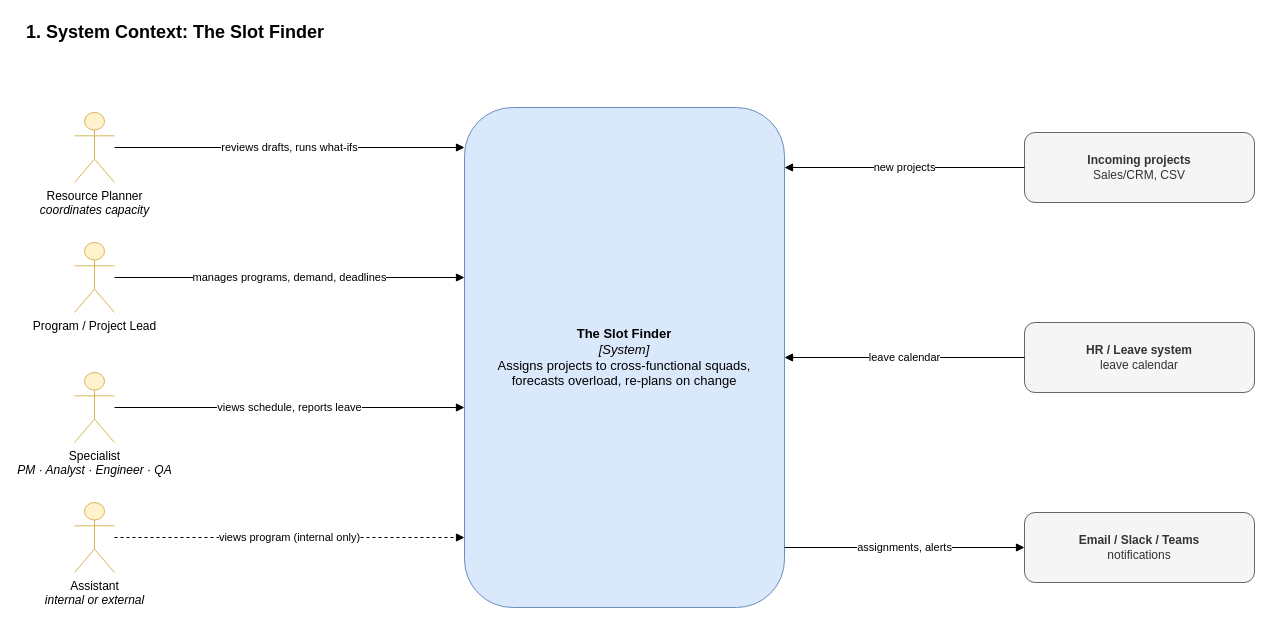
Earlier version of the draw.io diagram page "1. Context" (1 of 7) of docs/architecture.drawio (dophnamm/the-slot-finder). Source tidied: cells renumbered, new cells numbered last; positions are measured from the earlier drawing's top-left corner, leaving out a move shared by most shapes. Both pictures are drawn from the tidied source at 100%, with x=0, y=0 at pixel (24, 17).
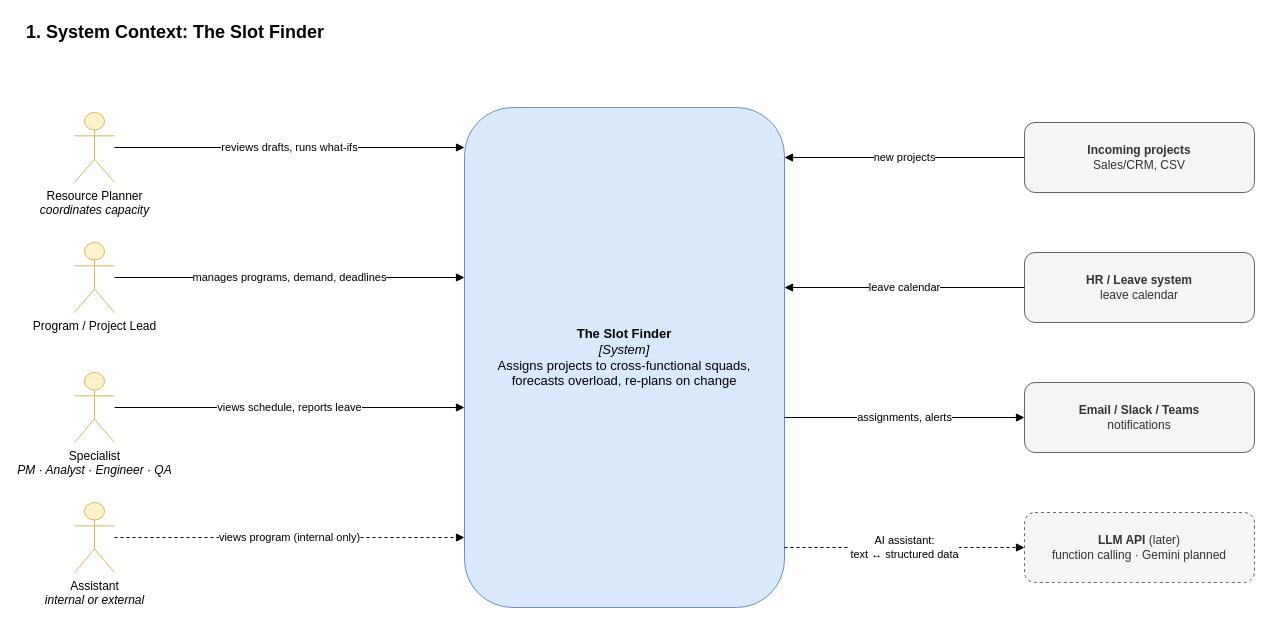
The same page after the edit.

Commit message (it also covers changes not shown here):
docs: design v0.4 with multi-expertise assignments, tags, capacity and re-plan merge (#1)

Change to the diagram source:
```diff
@@
 <mxGraphModel>
   <root>
     <mxCell id="0" />
     <mxCell id="1" parent="0" />
     <mxCell id="2" value="1. System Context: The Slot Finder" style="text;html=1;fontSize=18;fontStyle=1;align=left;verticalAlign=middle;" parent="1" vertex="1">
       <mxGeometry width="900" height="30" as="geometry" />
     </mxCell>
     <mxCell id="3" value="&lt;b&gt;The Slot Finder&lt;/b&gt;&lt;br&gt;&lt;i&gt;[System]&lt;/i&gt;&lt;br&gt;Assigns projects to cross-functional squads,&lt;br&gt;forecasts overload, re-plans on change" style="rounded=1;whiteSpace=wrap;html=1;fillColor=#dae8fc;strokeColor=#6c8ebf;fontSize=13;" parent="1" vertex="1">
       <mxGeometry x="440" y="90" width="320" height="500" as="geometry" />
     </mxCell>
     <mxCell id="4" value="Resource Planner&lt;br&gt;&lt;i&gt;coordinates capacity&lt;/i&gt;" style="shape=umlActor;verticalLabelPosition=bottom;verticalAlign=top;html=1;outlineConnect=0;fillColor=#fff2cc;strokeColor=#d6b656;" parent="1" vertex="1">
       <mxGeometry x="50" y="95" width="40" height="70" as="geometry" />
     </mxCell>
     <mxCell id="5" value="reviews drafts, runs what-ifs" style="edgeStyle=orthogonalEdgeStyle;rounded=1;html=1;endArrow=block;endFill=1;fontSize=11;labelBackgroundColor=#ffffff;exitX=1;exitY=0.5;exitDx=0;exitDy=0;entryX=0;entryY=0.08;entryDx=0;entryDy=0;" parent="1" edge="1" source="4" target="3">
       <mxGeometry relative="1" as="geometry" />
     </mxCell>
     <mxCell id="6" value="Program / Project Lead" style="shape=umlActor;verticalLabelPosition=bottom;verticalAlign=top;html=1;outlineConnect=0;fillColor=#fff2cc;strokeColor=#d6b656;" parent="1" vertex="1">
       <mxGeometry x="50" y="225" width="40" height="70" as="geometry" />
     </mxCell>
     <mxCell id="7" value="manages programs, demand, deadlines" style="edgeStyle=orthogonalEdgeStyle;rounded=1;html=1;endArrow=block;endFill=1;fontSize=11;labelBackgroundColor=#ffffff;exitX=1;exitY=0.5;exitDx=0;exitDy=0;entryX=0;entryY=0.34;entryDx=0;entryDy=0;" parent="1" edge="1" source="6" target="3">
       <mxGeometry relative="1" as="geometry" />
     </mxCell>
     <mxCell id="8" value="Specialist&lt;br&gt;&lt;i&gt;PM · Analyst · Engineer · QA&lt;/i&gt;" style="shape=umlActor;verticalLabelPosition=bottom;verticalAlign=top;html=1;outlineConnect=0;fillColor=#fff2cc;strokeColor=#d6b656;" parent="1" vertex="1">
       <mxGeometry x="50" y="355" width="40" height="70" as="geometry" />
     </mxCell>
     <mxCell id="9" value="views schedule, reports leave" style="edgeStyle=orthogonalEdgeStyle;rounded=1;html=1;endArrow=block;endFill=1;fontSize=11;labelBackgroundColor=#ffffff;exitX=1;exitY=0.5;exitDx=0;exitDy=0;entryX=0;entryY=0.6;entryDx=0;entryDy=0;" parent="1" edge="1" source="8" target="3">
       <mxGeometry relative="1" as="geometry" />
     </mxCell>
     <mxCell id="10" value="Assistant&lt;br&gt;&lt;i&gt;internal or external&lt;/i&gt;" style="shape=umlActor;verticalLabelPosition=bottom;verticalAlign=top;html=1;outlineConnect=0;fillColor=#fff2cc;strokeColor=#d6b656;" parent="1" vertex="1">
       <mxGeometry x="50" y="485" width="40" height="70" as="geometry" />
     </mxCell>
     <mxCell id="11" value="views program (internal only)" style="edgeStyle=orthogonalEdgeStyle;rounded=1;html=1;endArrow=block;endFill=1;dashed=1;fontSize=11;labelBackgroundColor=#ffffff;exitX=1;exitY=0.5;exitDx=0;exitDy=0;entryX=0;entryY=0.86;entryDx=0;entryDy=0;" parent="1" edge="1" source="10" target="3">
       <mxGeometry relative="1" as="geometry" />
     </mxCell>
     <mxCell id="12" value="&lt;b&gt;Incoming projects&lt;/b&gt;&lt;br&gt;Sales/CRM, CSV" style="rounded=1;whiteSpace=wrap;html=1;fillColor=#f5f5f5;strokeColor=#666666;fontColor=#333333;" parent="1" vertex="1">
-      <mxGeometry x="1000" y="115" width="230" height="70" as="geometry" />
+      <mxGeometry x="1000" y="105" width="230" height="70" as="geometry" />
     </mxCell>
-    <mxCell id="13" value="new projects" style="edgeStyle=orthogonalEdgeStyle;rounded=1;html=1;endArrow=block;endFill=1;fontSize=11;labelBackgroundColor=#ffffff;exitX=0;exitY=0.5;exitDx=0;exitDy=0;entryX=1;entryY=0.12;entryDx=0;entryDy=0;" parent="1" edge="1" source="12" target="3">
+    <mxCell id="13" value="new projects" style="edgeStyle=orthogonalEdgeStyle;rounded=1;html=1;endArrow=block;endFill=1;fontSize=11;labelBackgroundColor=#ffffff;exitX=0;exitY=0.5;exitDx=0;exitDy=0;entryX=1;entryY=0.1;entryDx=0;entryDy=0;" parent="1" edge="1" source="12" target="3">
       <mxGeometry relative="1" as="geometry" />
     </mxCell>
     <mxCell id="14" value="&lt;b&gt;HR / Leave system&lt;/b&gt;&lt;br&gt;leave calendar" style="rounded=1;whiteSpace=wrap;html=1;fillColor=#f5f5f5;strokeColor=#666666;fontColor=#333333;" parent="1" vertex="1">
-      <mxGeometry x="1000" y="305" width="230" height="70" as="geometry" />
+      <mxGeometry x="1000" y="235" width="230" height="70" as="geometry" />
     </mxCell>
-    <mxCell id="15" value="leave calendar" style="edgeStyle=orthogonalEdgeStyle;rounded=1;html=1;endArrow=block;endFill=1;fontSize=11;labelBackgroundColor=#ffffff;exitX=0;exitY=0.5;exitDx=0;exitDy=0;entryX=1;entryY=0.5;entryDx=0;entryDy=0;" parent="1" edge="1" source="14" target="3">
+    <mxCell id="15" value="leave calendar" style="edgeStyle=orthogonalEdgeStyle;rounded=1;html=1;endArrow=block;endFill=1;fontSize=11;labelBackgroundColor=#ffffff;exitX=0;exitY=0.5;exitDx=0;exitDy=0;entryX=1;entryY=0.36;entryDx=0;entryDy=0;" parent="1" edge="1" source="14" target="3">
       <mxGeometry relative="1" as="geometry" />
     </mxCell>
     <mxCell id="16" value="&lt;b&gt;Email / Slack / Teams&lt;/b&gt;&lt;br&gt;notifications" style="rounded=1;whiteSpace=wrap;html=1;fillColor=#f5f5f5;strokeColor=#666666;fontColor=#333333;" parent="1" vertex="1">
-      <mxGeometry x="1000" y="495" width="230" height="70" as="geometry" />
+      <mxGeometry x="1000" y="365" width="230" height="70" as="geometry" />
     </mxCell>
-    <mxCell id="17" value="assignments, alerts" style="edgeStyle=orthogonalEdgeStyle;rounded=1;html=1;endArrow=block;endFill=1;fontSize=11;labelBackgroundColor=#ffffff;exitX=1;exitY=0.88;exitDx=0;exitDy=0;entryX=0;entryY=0.5;entryDx=0;entryDy=0;" parent="1" edge="1" source="3" target="16">
+    <mxCell id="17" value="assignments, alerts" style="edgeStyle=orthogonalEdgeStyle;rounded=1;html=1;endArrow=block;endFill=1;fontSize=11;labelBackgroundColor=#ffffff;exitX=1;exitY=0.62;exitDx=0;exitDy=0;entryX=0;entryY=0.5;entryDx=0;entryDy=0;" parent="1" edge="1" source="3" target="16">
       <mxGeometry relative="1" as="geometry" />
     </mxCell>
+    <mxCell id="18" value="&lt;b&gt;LLM API&lt;/b&gt; (later)&lt;br&gt;function calling · Gemini planned" style="rounded=1;whiteSpace=wrap;html=1;fillColor=#f5f5f5;strokeColor=#666666;fontColor=#333333;dashed=1;" parent="1" vertex="1">
+      <mxGeometry x="1000" y="495" width="230" height="70" as="geometry" />
+    </mxCell>
+    <mxCell id="19" value="AI assistant:&lt;br&gt;text ↔ structured data" style="edgeStyle=orthogonalEdgeStyle;rounded=1;html=1;endArrow=block;endFill=1;dashed=1;fontSize=11;labelBackgroundColor=#ffffff;exitX=1;exitY=0.88;exitDx=0;exitDy=0;entryX=0;entryY=0.5;entryDx=0;entryDy=0;" parent="1" edge="1" source="3" target="18">
+      <mxGeometry relative="1" as="geometry" />
+    </mxCell>
   </root>
 </mxGraphModel>
```
